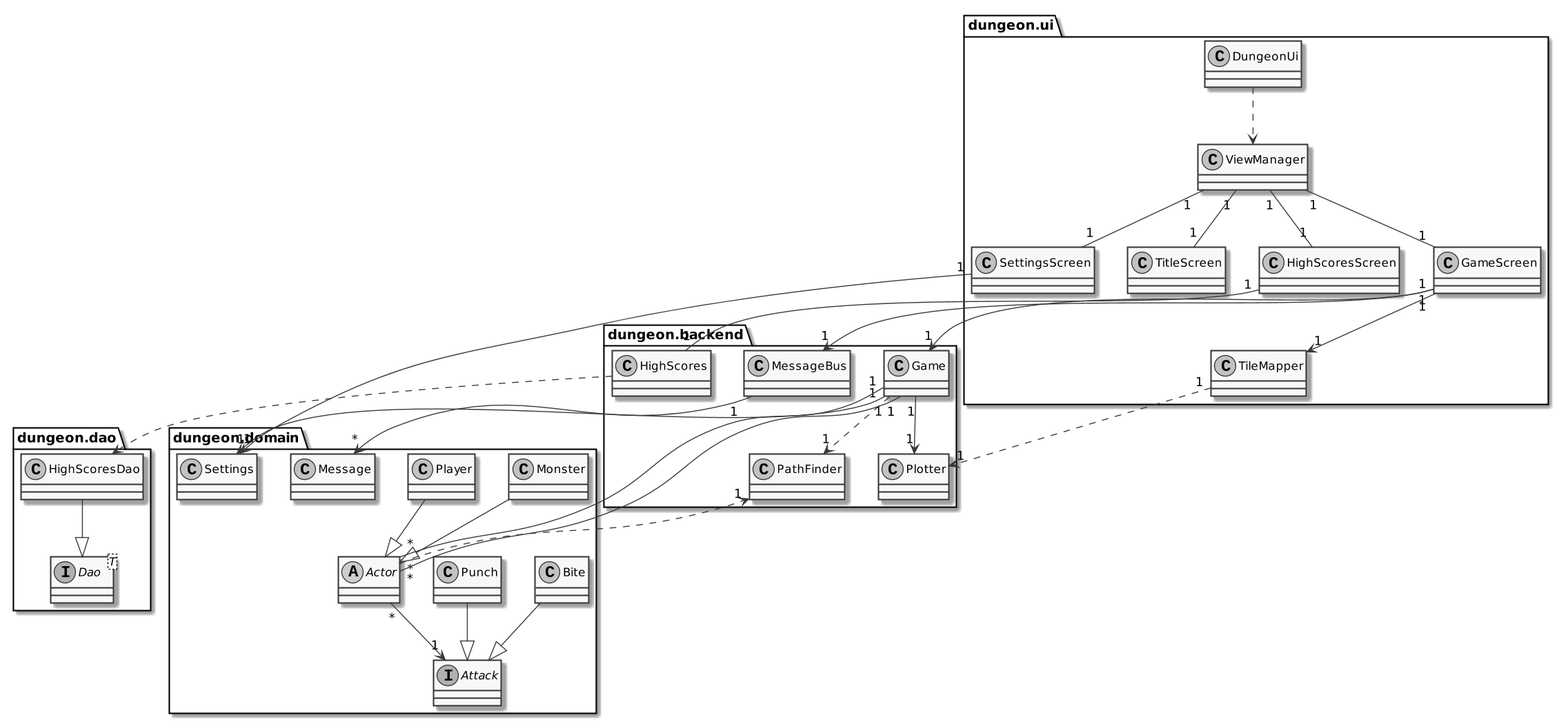
Earlier version of the PlantUML export documentation/pakkauskaavio.png (ollim1/ot-harjoitustyo).
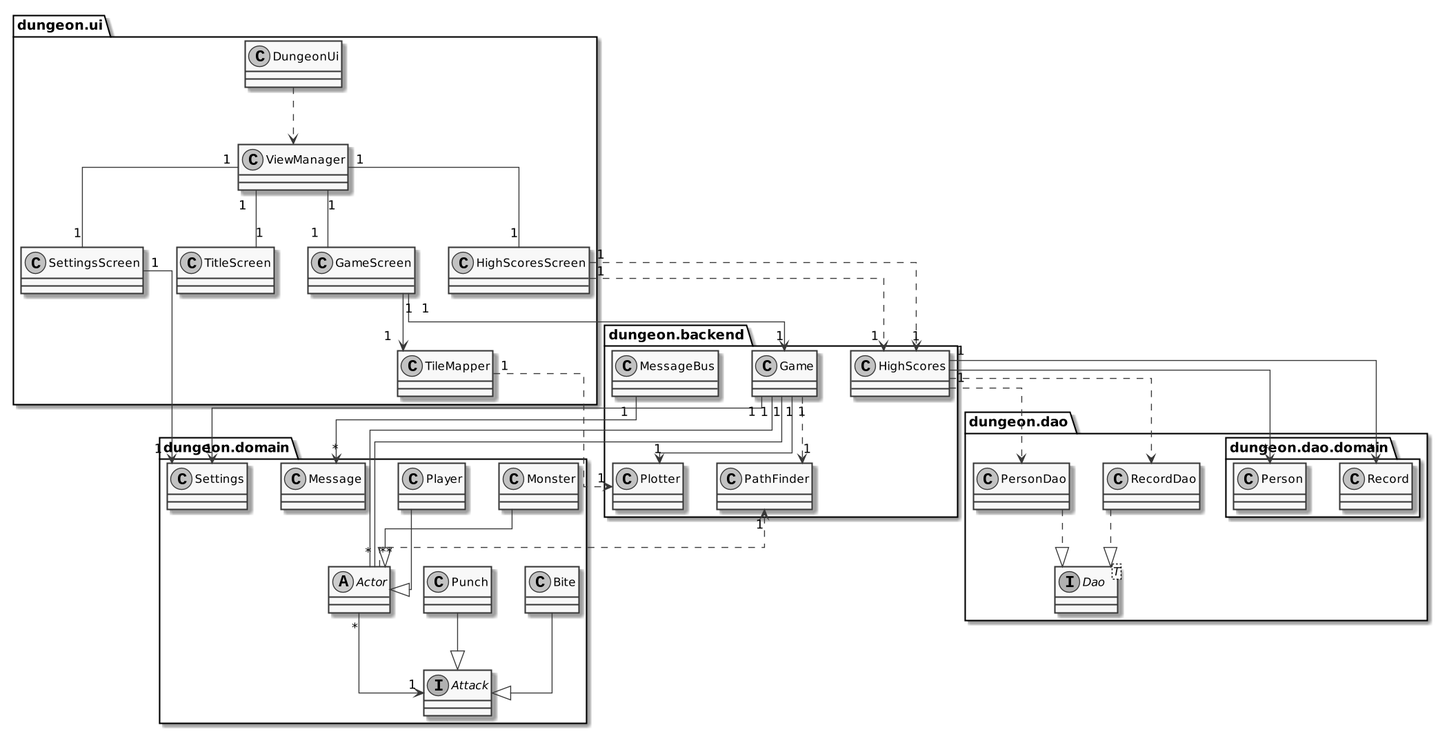
Above is the later version.

What changed in the source:
```diff
@@ -1,5 +1,7 @@
 @startuml
 skinparam monochrome true
+skinparam linetype polyline
+skinparam linetype ortho
 skinparam dpi 133
 
 package dungeon.ui {
@@ -20,7 +22,12 @@
 }
 package dungeon.dao {
     interface Dao<T>
-    class HighScoresDao
+    class RecordDao
+    class PersonDao
+    package dungeon.dao.domain {
+        class Record
+        class Person
+    }
 }
 package dungeon.domain {
     abstract class Actor
@@ -38,24 +45,32 @@
 ViewManager "1"--"1" SettingsScreen
 SettingsScreen "1"-->"1" Settings
 GameScreen "1"-->"1" Game
-GameScreen "1"-->"1" MessageBus
-MessageBus "1"-->"*" Message
+HighScoresScreen "1"..>"1" HighScores
 GameScreen "1"-->"1" TileMapper
+TileMapper "1"..>"1" Plotter
 ViewManager "1"--"1" TitleScreen
 ViewManager "1"--"1" HighScoresScreen
-HighScoresScreen "1"--"1" HighScores
-HighScores ..> HighScoresDao
-HighScoresDao --|> Dao
+
+MessageBus "1"-->"*" Message
 Game "1"..>"1" PathFinder
 Game "1"-->"1" Settings
 Game "1"-->"1" Plotter
-TileMapper "1"..>"1" Plotter
-Actor "*"..>"1" PathFinder
 Game "1"--"*" Actor
 Game "1"--"*" Actor
+Actor "*"..>"1" PathFinder
+
 Monster --|> Actor
 Player --|> Actor
 Actor "*"-->"1" Attack
 Bite --|> Attack
 Punch --|> Attack
+
+HighScoresScreen "1"..>"1" HighScores
+HighScores ..> RecordDao
+HighScores ..> PersonDao
+HighScores "1"-->"*" Record
+HighScores "1"-->"*" Person
+
+RecordDao ..|> Dao
+PersonDao ..|> Dao
 @enduml
```
